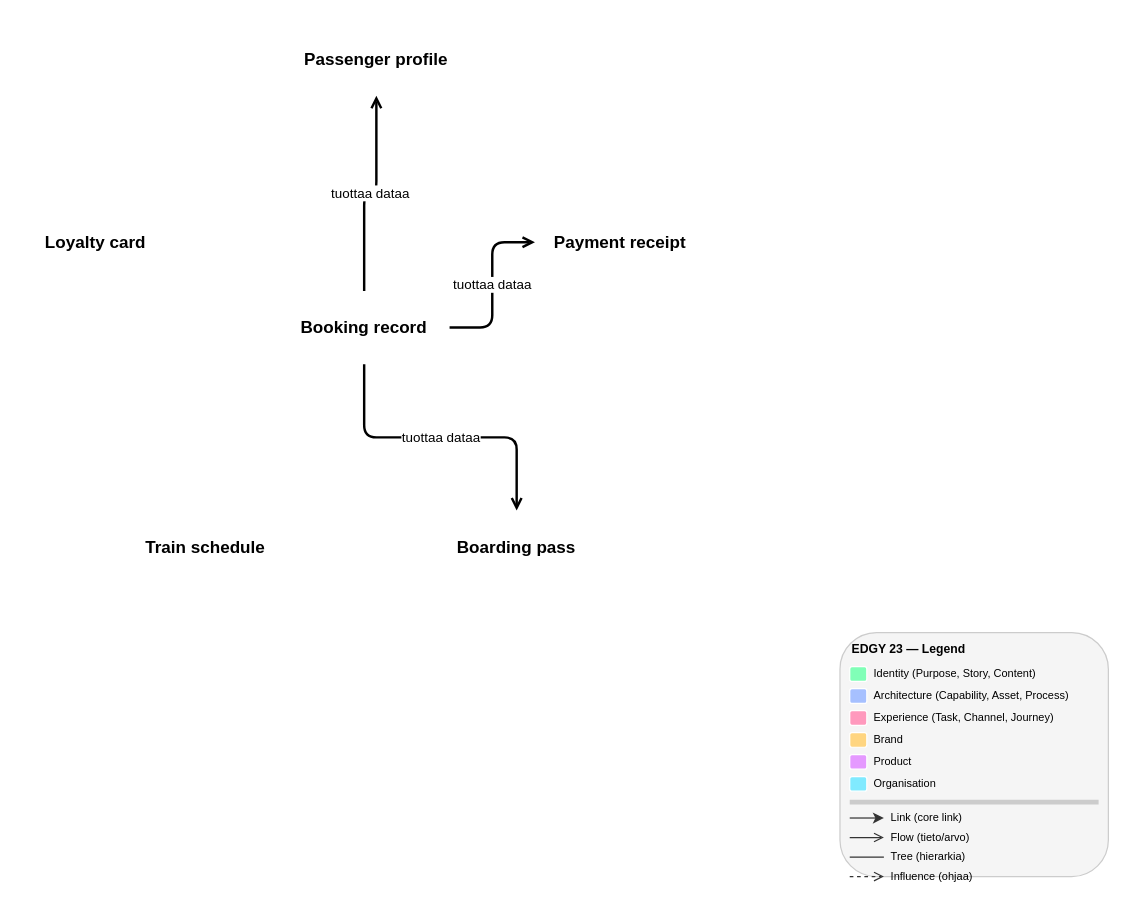
This is skills/documentation/edgy-diagram/examples/expected-object.drawio from Rahola/edgy-skills, a draw.io file, before an edit. Source tidied: cells renumbered, new cells numbered last; positions are measured from the earlier drawing's top-left corner, leaving out a move shared by most shapes. Both pictures are drawn from the tidied source at 122%, with x=0, y=0 at pixel (22, 22).
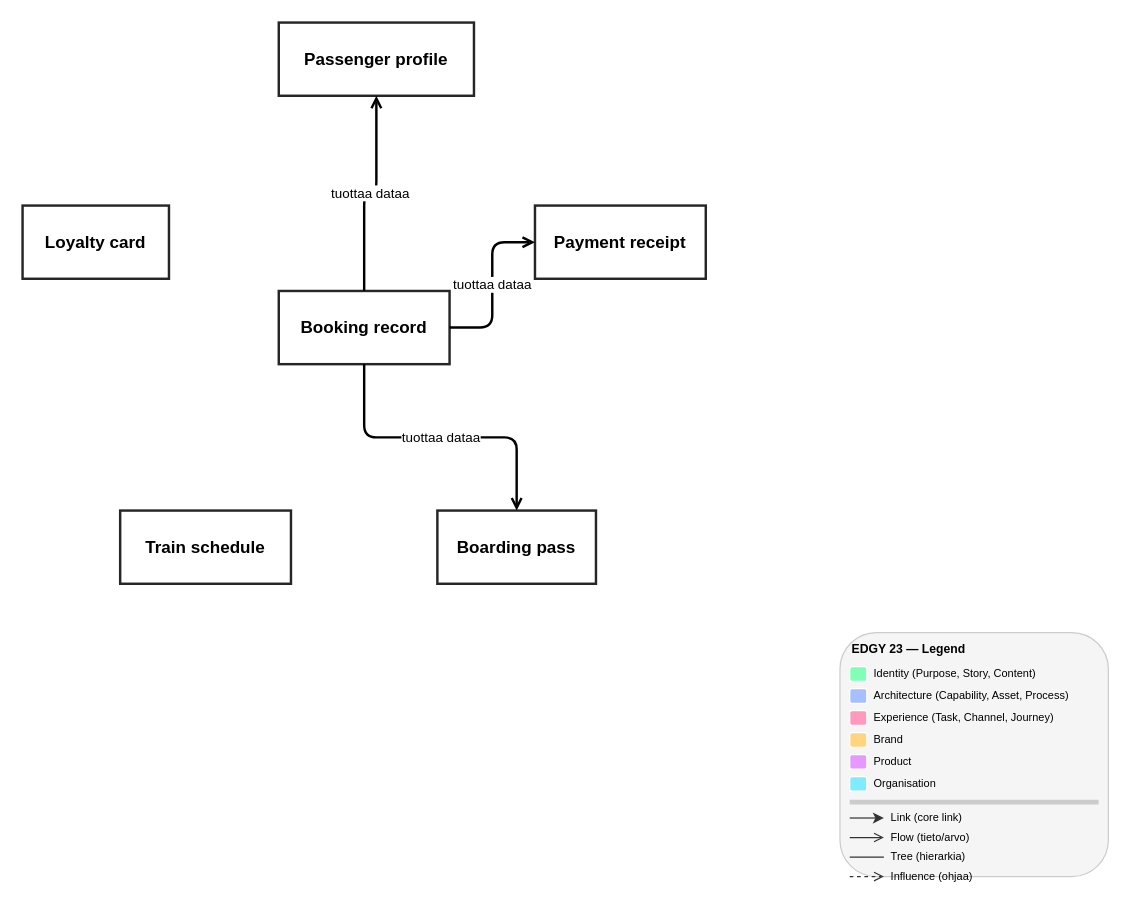
After the change.

Diff of the diagram source:
```diff
@@
-    <mxCell id="2" value="Booking record" style="whiteSpace=wrap;html=1;fillColor=#ffffff;strokeColor=#FFFFFF;strokeWidth=2;verticalAlign=middle;fontStyle=1;fontSize=14;" parent="1" vertex="1">
+    <mxCell id="2" value="Booking record" style="whiteSpace=wrap;html=1;fillColor=#ffffff;strokeColor=#262626;strokeWidth=2;verticalAlign=middle;fontStyle=1;fontSize=14;" parent="1" vertex="1">
       <mxGeometry x="210" y="220" width="140" height="60" as="geometry" />
     </mxCell>
-    <mxCell id="3" value="Passenger profile" style="whiteSpace=wrap;html=1;fillColor=#ffffff;strokeColor=#FFFFFF;strokeWidth=2;verticalAlign=middle;fontStyle=1;fontSize=14;" parent="1" vertex="1">
+    <mxCell id="3" value="Passenger profile" style="whiteSpace=wrap;html=1;fillColor=#ffffff;strokeColor=#262626;strokeWidth=2;verticalAlign=middle;fontStyle=1;fontSize=14;" parent="1" vertex="1">
       <mxGeometry x="210" width="160" height="60" as="geometry" />
     </mxCell>
-    <mxCell id="4" value="Payment receipt" style="whiteSpace=wrap;html=1;fillColor=#ffffff;strokeColor=#FFFFFF;strokeWidth=2;verticalAlign=middle;fontStyle=1;fontSize=14;" parent="1" vertex="1">
+    <mxCell id="4" value="Payment receipt" style="whiteSpace=wrap;html=1;fillColor=#ffffff;strokeColor=#262626;strokeWidth=2;verticalAlign=middle;fontStyle=1;fontSize=14;" parent="1" vertex="1">
       <mxGeometry x="420" y="150" width="140" height="60" as="geometry" />
     </mxCell>
-    <mxCell id="5" value="Boarding pass" style="whiteSpace=wrap;html=1;fillColor=#ffffff;strokeColor=#FFFFFF;strokeWidth=2;verticalAlign=middle;fontStyle=1;fontSize=14;" parent="1" vertex="1">
+    <mxCell id="5" value="Boarding pass" style="whiteSpace=wrap;html=1;fillColor=#ffffff;strokeColor=#262626;strokeWidth=2;verticalAlign=middle;fontStyle=1;fontSize=14;" parent="1" vertex="1">
       <mxGeometry x="340" y="400" width="130" height="60" as="geometry" />
     </mxCell>
-    <mxCell id="6" value="Train schedule" style="whiteSpace=wrap;html=1;fillColor=#ffffff;strokeColor=#FFFFFF;strokeWidth=2;verticalAlign=middle;fontStyle=1;fontSize=14;" parent="1" vertex="1">
+    <mxCell id="6" value="Train schedule" style="whiteSpace=wrap;html=1;fillColor=#ffffff;strokeColor=#262626;strokeWidth=2;verticalAlign=middle;fontStyle=1;fontSize=14;" parent="1" vertex="1">
       <mxGeometry x="80" y="400" width="140" height="60" as="geometry" />
     </mxCell>
-    <mxCell id="7" value="Loyalty card" style="whiteSpace=wrap;html=1;fillColor=#ffffff;strokeColor=#FFFFFF;strokeWidth=2;verticalAlign=middle;fontStyle=1;fontSize=14;" parent="1" vertex="1">
+    <mxCell id="7" value="Loyalty card" style="whiteSpace=wrap;html=1;fillColor=#ffffff;strokeColor=#262626;strokeWidth=2;verticalAlign=middle;fontStyle=1;fontSize=14;" parent="1" vertex="1">
       <mxGeometry y="150" width="120" height="60" as="geometry" />
     </mxCell>
```
